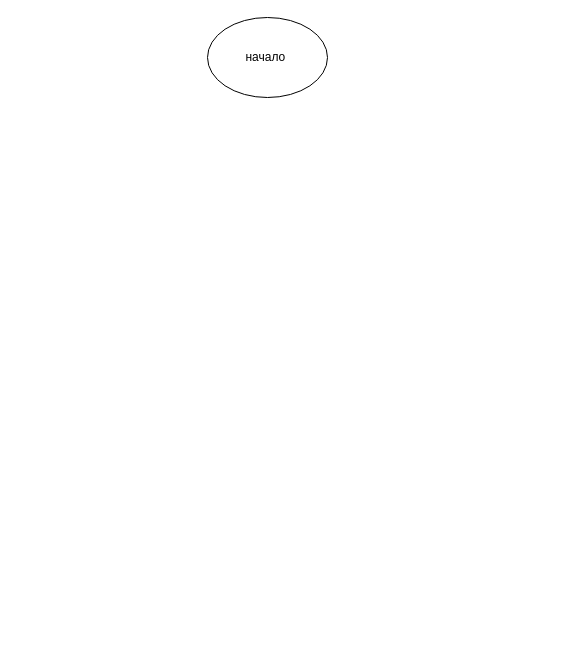
Above: BlockDiagram.drawio in JuliaLomako/ControlWork (draw.io), before the change. Source tidied: cells renumbered, new cells numbered last; positions are measured from the earlier drawing's top-left corner, leaving out a move shared by most shapes. Both pictures are drawn from the tidied source at 100%, with x=0, y=0 at pixel (207, 17).
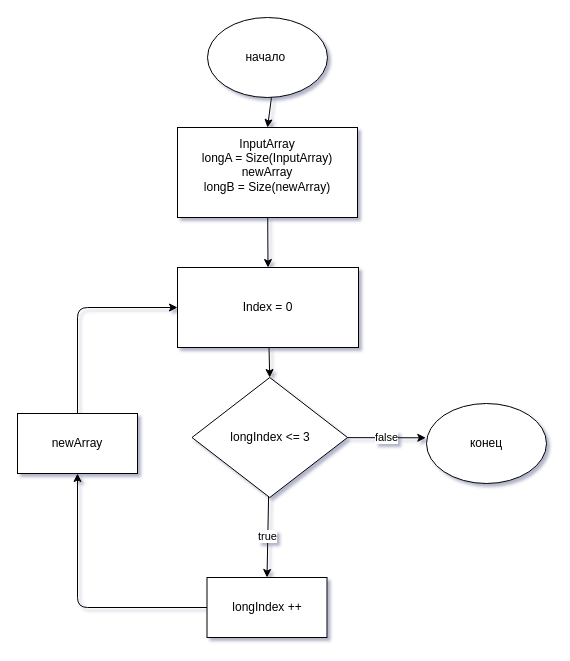
The same page after the edit.

Commit message:
Создана блок-схема

Diff of the diagram source:
```diff
@@
-<mxGraphModel>
+<mxGraphModel shadow="1">
   <root>
     <mxCell id="0" />
     <mxCell id="1" parent="0" />
+    <mxCell id="3" style="edgeStyle=none;html=1;entryX=0.5;entryY=0;entryDx=0;entryDy=0;" parent="1" edge="1" source="2" target="5">
+      <mxGeometry relative="1" as="geometry" />
+    </mxCell>
     <mxCell id="2" value="начало&amp;nbsp;" style="ellipse;whiteSpace=wrap;html=1;" parent="1" vertex="1">
       <mxGeometry width="120" height="80" as="geometry" />
     </mxCell>
+    <mxCell id="4" style="edgeStyle=none;html=1;entryX=0.5;entryY=0;entryDx=0;entryDy=0;" parent="1" edge="1" source="5" target="12">
+      <mxGeometry relative="1" as="geometry" />
+    </mxCell>
+    <mxCell id="5" value="InputArray&lt;br&gt;longA = Size(InputArray)&lt;br&gt;newArray&lt;br&gt;longB = Size(newArray)&lt;br&gt;&amp;nbsp;" style="rounded=0;whiteSpace=wrap;html=1;" parent="1" vertex="1">
+      <mxGeometry x="-30" y="110" width="180" height="90" as="geometry" />
+    </mxCell>
+    <mxCell id="6" value="true" style="edgeStyle=none;html=1;entryX=0.5;entryY=0;entryDx=0;entryDy=0;" parent="1" edge="1" source="8" target="10">
+      <mxGeometry relative="1" as="geometry" />
+    </mxCell>
+    <mxCell id="7" value="false" style="edgeStyle=none;html=1;entryX=-0.014;entryY=0.379;entryDx=0;entryDy=0;entryPerimeter=0;" parent="1" edge="1" source="8">
+      <mxGeometry relative="1" as="geometry">
+        <mxPoint x="218.3" y="420.3" as="targetPoint" />
+      </mxGeometry>
+    </mxCell>
+    <mxCell id="8" value="longIndex &amp;lt;= 3" style="rhombus;whiteSpace=wrap;html=1;" parent="1" vertex="1">
+      <mxGeometry x="-15.5" y="360" width="155.5" height="120" as="geometry" />
+    </mxCell>
+    <mxCell id="9" style="edgeStyle=none;html=1;entryX=0.5;entryY=1;entryDx=0;entryDy=0;" parent="1" edge="1" source="10" target="15">
+      <mxGeometry relative="1" as="geometry">
+        <Array as="points">
+          <mxPoint x="-130" y="590" />
+        </Array>
+      </mxGeometry>
+    </mxCell>
+    <mxCell id="10" value="longIndex ++" style="rounded=0;whiteSpace=wrap;html=1;" parent="1" vertex="1">
+      <mxGeometry x="-0.5" y="560" width="120" height="60" as="geometry" />
+    </mxCell>
+    <mxCell id="11" style="edgeStyle=none;html=1;entryX=0.5;entryY=0;entryDx=0;entryDy=0;" parent="1" edge="1" source="12" target="8">
+      <mxGeometry relative="1" as="geometry" />
+    </mxCell>
+    <mxCell id="12" value="Index = 0" style="rounded=0;whiteSpace=wrap;html=1;" parent="1" vertex="1">
+      <mxGeometry x="-30" y="250" width="181" height="80" as="geometry" />
+    </mxCell>
+    <mxCell id="13" value="конец" style="ellipse;whiteSpace=wrap;html=1;" parent="1" vertex="1">
+      <mxGeometry x="219" y="386" width="120" height="80" as="geometry" />
+    </mxCell>
+    <mxCell id="14" style="edgeStyle=none;html=1;entryX=0;entryY=0.5;entryDx=0;entryDy=0;" parent="1" edge="1" source="15" target="12">
+      <mxGeometry relative="1" as="geometry">
+        <Array as="points">
+          <mxPoint x="-130" y="290" />
+        </Array>
+      </mxGeometry>
+    </mxCell>
+    <mxCell id="15" value="newArray" style="rounded=0;whiteSpace=wrap;html=1;" parent="1" vertex="1">
+      <mxGeometry x="-190" y="396" width="120" height="60" as="geometry" />
+    </mxCell>
   </root>
 </mxGraphModel>
```
